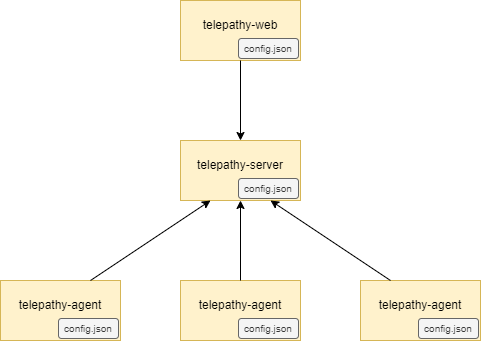
Above: docs/images/architecture.png in DidierHoarau/telepathy (draw.io), before the change. Source tidied: cells renumbered, new cells last; positions are measured from the earlier drawing's top-left corner, leaving out a move shared by most shapes. Its diagram source:
```xml
<mxGraphModel>
  <root>
    <mxCell id="0" />
    <mxCell id="1" parent="0" />
    <mxCell id="2" value="telepathy-server" style="rounded=0;whiteSpace=wrap;html=1;fillColor=#fff2cc;strokeColor=#d6b656;spacingBottom=12;" parent="1" vertex="1">
      <mxGeometry x="180" y="140" width="120" height="60" as="geometry" />
    </mxCell>
    <mxCell id="3" value="telepathy-agent" style="rounded=0;whiteSpace=wrap;html=1;fillColor=#fff2cc;strokeColor=#d6b656;spacingBottom=12;" parent="1" vertex="1">
      <mxGeometry y="280" width="120" height="60" as="geometry" />
    </mxCell>
    <mxCell id="4" value="telepathy-agent" style="rounded=0;whiteSpace=wrap;html=1;fillColor=#fff2cc;strokeColor=#d6b656;spacingBottom=12;" parent="1" vertex="1">
      <mxGeometry x="180" y="280" width="120" height="60" as="geometry" />
    </mxCell>
    <mxCell id="5" value="telepathy-agent" style="rounded=0;whiteSpace=wrap;html=1;fillColor=#fff2cc;strokeColor=#d6b656;spacingBottom=12;" parent="1" vertex="1">
      <mxGeometry x="360" y="280" width="120" height="60" as="geometry" />
    </mxCell>
    <mxCell id="6" value="telepathy-web" style="rounded=0;whiteSpace=wrap;html=1;fillColor=#fff2cc;strokeColor=#d6b656;spacingBottom=12;" parent="1" vertex="1">
      <mxGeometry x="180" width="120" height="60" as="geometry" />
    </mxCell>
    <mxCell id="7" style="endArrow=classic;html=1;exitX=0.5;exitY=1;exitDx=0;exitDy=0;entryX=0.5;entryY=0;entryDx=0;entryDy=0;" parent="1" edge="1" source="6" target="2">
      <mxGeometry relative="1" as="geometry" />
    </mxCell>
    <mxCell id="8" style="endArrow=classic;html=1;exitX=0.75;exitY=0;exitDx=0;exitDy=0;entryX=0.25;entryY=1;entryDx=0;entryDy=0;" parent="1" edge="1" source="3" target="2">
      <mxGeometry relative="1" as="geometry" />
    </mxCell>
    <mxCell id="9" style="endArrow=classic;html=1;exitX=0.5;exitY=0;exitDx=0;exitDy=0;entryX=0.5;entryY=1;entryDx=0;entryDy=0;" parent="1" edge="1" source="4" target="2">
      <mxGeometry relative="1" as="geometry" />
    </mxCell>
    <mxCell id="10" style="endArrow=classic;html=1;exitX=0.25;exitY=0;exitDx=0;exitDy=0;entryX=0.75;entryY=1;entryDx=0;entryDy=0;" parent="1" edge="1" source="5" target="2">
      <mxGeometry relative="1" as="geometry" />
    </mxCell>
    <mxCell id="11" value="config.json" style="rounded=1;whiteSpace=wrap;html=1;fillColor=#f5f5f5;strokeColor=#666666;fontColor=#333333;fontSize=10;" parent="1" vertex="1">
      <mxGeometry x="58" y="318" width="60" height="20" as="geometry" />
    </mxCell>
    <mxCell id="12" value="config.json" style="rounded=1;whiteSpace=wrap;html=1;fillColor=#f5f5f5;strokeColor=#666666;fontColor=#333333;fontSize=10;" parent="1" vertex="1">
      <mxGeometry x="238" y="318" width="60" height="20" as="geometry" />
    </mxCell>
    <mxCell id="13" value="config.json" style="rounded=1;whiteSpace=wrap;html=1;fillColor=#f5f5f5;strokeColor=#666666;fontColor=#333333;fontSize=10;" parent="1" vertex="1">
      <mxGeometry x="418" y="318" width="60" height="20" as="geometry" />
    </mxCell>
    <mxCell id="14" value="config.json" style="rounded=1;whiteSpace=wrap;html=1;fillColor=#f5f5f5;strokeColor=#666666;fontColor=#333333;fontSize=10;" parent="1" vertex="1">
      <mxGeometry x="238" y="178" width="60" height="20" as="geometry" />
    </mxCell>
    <mxCell id="15" value="config.json" style="rounded=1;whiteSpace=wrap;html=1;fillColor=#f5f5f5;strokeColor=#666666;fontColor=#333333;fontSize=10;" parent="1" vertex="1">
      <mxGeometry x="238" y="38" width="60" height="20" as="geometry" />
    </mxCell>
  </root>
</mxGraphModel>
```
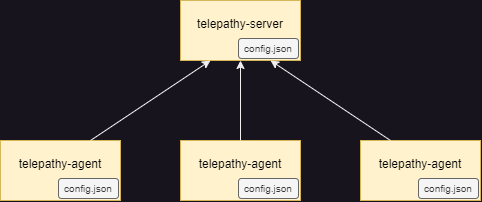
The same diagram one commit later.

The edit, as a diff of the source:
```diff
@@ -2,24 +2,18 @@
   <root>
     <mxCell id="0" />
     <mxCell id="1" parent="0" />
-    <mxCell id="2" value="telepathy-server" style="rounded=0;whiteSpace=wrap;html=1;fillColor=#fff2cc;strokeColor=#d6b656;spacingBottom=12;" parent="1" vertex="1">
+    <mxCell id="2" value="telepathy-server" style="rounded=0;whiteSpace=wrap;html=1;fillColor=#fff2cc;strokeColor=#d6b656;spacingBottom=12;fontColor=#000000;" parent="1" vertex="1">
       <mxGeometry x="180" y="140" width="120" height="60" as="geometry" />
     </mxCell>
-    <mxCell id="3" value="telepathy-agent" style="rounded=0;whiteSpace=wrap;html=1;fillColor=#fff2cc;strokeColor=#d6b656;spacingBottom=12;" parent="1" vertex="1">
+    <mxCell id="3" value="telepathy-agent" style="rounded=0;whiteSpace=wrap;html=1;fillColor=#fff2cc;strokeColor=#d6b656;spacingBottom=12;fontColor=#000000;" parent="1" vertex="1">
       <mxGeometry y="280" width="120" height="60" as="geometry" />
     </mxCell>
-    <mxCell id="4" value="telepathy-agent" style="rounded=0;whiteSpace=wrap;html=1;fillColor=#fff2cc;strokeColor=#d6b656;spacingBottom=12;" parent="1" vertex="1">
+    <mxCell id="4" value="telepathy-agent" style="rounded=0;whiteSpace=wrap;html=1;fillColor=#fff2cc;strokeColor=#d6b656;spacingBottom=12;fontColor=#000000;" parent="1" vertex="1">
       <mxGeometry x="180" y="280" width="120" height="60" as="geometry" />
     </mxCell>
-    <mxCell id="5" value="telepathy-agent" style="rounded=0;whiteSpace=wrap;html=1;fillColor=#fff2cc;strokeColor=#d6b656;spacingBottom=12;" parent="1" vertex="1">
+    <mxCell id="5" value="telepathy-agent" style="rounded=0;whiteSpace=wrap;html=1;fillColor=#fff2cc;strokeColor=#d6b656;spacingBottom=12;fontColor=#000000;" parent="1" vertex="1">
       <mxGeometry x="360" y="280" width="120" height="60" as="geometry" />
     </mxCell>
-    <mxCell id="6" value="telepathy-web" style="rounded=0;whiteSpace=wrap;html=1;fillColor=#fff2cc;strokeColor=#d6b656;spacingBottom=12;" parent="1" vertex="1">
-      <mxGeometry x="180" width="120" height="60" as="geometry" />
-    </mxCell>
-    <mxCell id="7" style="endArrow=classic;html=1;exitX=0.5;exitY=1;exitDx=0;exitDy=0;entryX=0.5;entryY=0;entryDx=0;entryDy=0;" parent="1" edge="1" source="6" target="2">
-      <mxGeometry relative="1" as="geometry" />
-    </mxCell>
     <mxCell id="8" style="endArrow=classic;html=1;exitX=0.75;exitY=0;exitDx=0;exitDy=0;entryX=0.25;entryY=1;entryDx=0;entryDy=0;" parent="1" edge="1" source="3" target="2">
       <mxGeometry relative="1" as="geometry" />
     </mxCell>
@@ -41,8 +35,5 @@
     <mxCell id="14" value="config.json" style="rounded=1;whiteSpace=wrap;html=1;fillColor=#f5f5f5;strokeColor=#666666;fontColor=#333333;fontSize=10;" parent="1" vertex="1">
       <mxGeometry x="238" y="178" width="60" height="20" as="geometry" />
     </mxCell>
-    <mxCell id="15" value="config.json" style="rounded=1;whiteSpace=wrap;html=1;fillColor=#f5f5f5;strokeColor=#666666;fontColor=#333333;fontSize=10;" parent="1" vertex="1">
-      <mxGeometry x="238" y="38" width="60" height="20" as="geometry" />
-    </mxCell>
   </root>
 </mxGraphModel>
```
